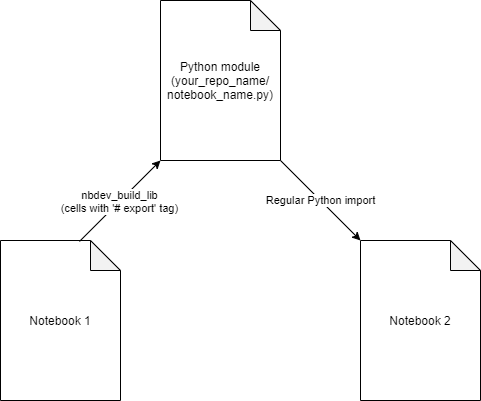
City-of-Helsinki/mlops-template keeps this draw.io diagram as docs/visuals/nbdev_build_lib.png. Above is the earlier version. Source tidied: cells renumbered, new cells last; positions are measured from the earlier drawing's top-left corner, leaving out a move shared by most shapes.
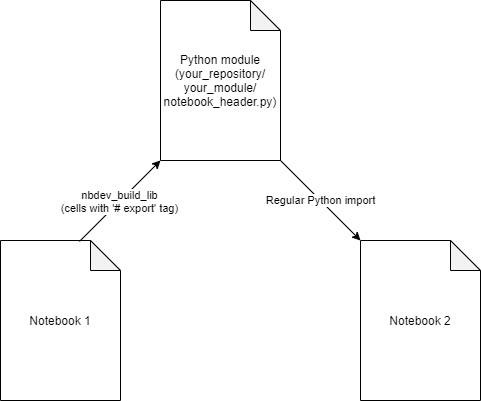
Later version of the same file.

Commit message:
updated documentation, clarified that module is build inside the repository, in a folder with same name as the repository has

Diff of the diagram source:
```diff
@@ -5,7 +5,7 @@
     <mxCell id="2" value="Notebook 1" style="shape=note;whiteSpace=wrap;html=1;backgroundOutline=1;darkOpacity=0.05;" parent="1" vertex="1">
       <mxGeometry y="240" width="120" height="160" as="geometry" />
     </mxCell>
-    <mxCell id="3" value="Python module&lt;br&gt;(your_repo_name/&lt;br&gt;notebook_name.py)" style="shape=note;whiteSpace=wrap;html=1;backgroundOutline=1;darkOpacity=0.05;" parent="1" vertex="1">
+    <mxCell id="3" value="Python module&lt;br&gt;(your_repository/&lt;br&gt;your_module/&lt;br&gt;notebook_header.py)" style="shape=note;whiteSpace=wrap;html=1;backgroundOutline=1;darkOpacity=0.05;" parent="1" vertex="1">
       <mxGeometry x="160" width="120" height="160" as="geometry" />
     </mxCell>
     <mxCell id="4" value="Notebook 2" style="shape=note;whiteSpace=wrap;html=1;backgroundOutline=1;darkOpacity=0.05;" parent="1" vertex="1">
```
